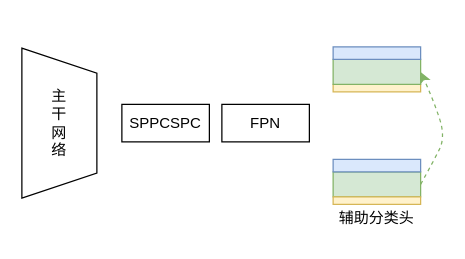
The draw.io diagram self_distillation.drawio in wangdayan/HuffmanTree, before the edit. Source tidied: cells renumbered, new cells numbered last; positions are measured from the earlier drawing's top-left corner, leaving out a move shared by most shapes. Both pictures are drawn from the tidied source at 125%, with x=0, y=0 at pixel (-16, 46).
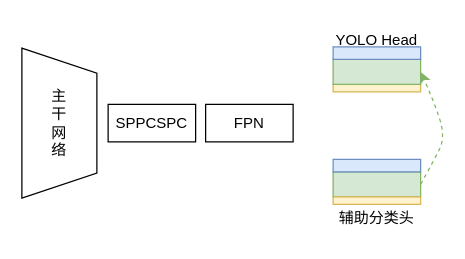
Above is the later version.

The edit, as a diff of the source:
```diff
@@
 <mxGraphModel>
   <root>
     <mxCell id="0" />
     <mxCell id="1" parent="0" />
     <mxCell id="2" style="shape=trapezoid;perimeter=trapezoidPerimeter;whiteSpace=wrap;html=1;fixedSize=1;rotation=90;" parent="1" vertex="1">
       <mxGeometry y="31" width="120" height="60" as="geometry" />
     </mxCell>
     <mxCell id="3" value="主&lt;div&gt;干&lt;/div&gt;&lt;div&gt;网&lt;/div&gt;&lt;div&gt;络&lt;/div&gt;" style="text;strokeColor=none;align=center;fillColor=none;html=1;verticalAlign=middle;whiteSpace=wrap;rounded=0;" parent="1" vertex="1">
       <mxGeometry x="30" y="46" width="60" height="30" as="geometry" />
     </mxCell>
     <mxCell id="4" value="SPPCSPC" style="rounded=0;whiteSpace=wrap;html=1;" parent="1" vertex="1">
-      <mxGeometry x="110" y="46" width="70" height="30" as="geometry" />
+      <mxGeometry x="99" y="46" width="70" height="30" as="geometry" />
     </mxCell>
     <mxCell id="5" value="FPN" style="rounded=0;whiteSpace=wrap;html=1;" parent="1" vertex="1">
-      <mxGeometry x="190" y="46" width="70" height="30" as="geometry" />
+      <mxGeometry x="177" y="46" width="70" height="30" as="geometry" />
     </mxCell>
     <mxCell id="6" style="rounded=0;whiteSpace=wrap;html=1;fillColor=#d5e8d4;strokeColor=#82b366;" parent="1" vertex="1">
       <mxGeometry x="279" y="100" width="70" height="20" as="geometry" />
     </mxCell>
     <mxCell id="7" value="辅助分类头" style="text;strokeColor=none;align=center;fillColor=none;html=1;verticalAlign=middle;whiteSpace=wrap;rounded=0;" parent="1" vertex="1">
       <mxGeometry x="279" y="122" width="70" height="30" as="geometry" />
     </mxCell>
     <mxCell id="8" style="rounded=0;whiteSpace=wrap;html=1;fillColor=#dae8fc;strokeColor=#6c8ebf;" parent="1" vertex="1">
       <mxGeometry x="279" y="90" width="70" height="10" as="geometry" />
     </mxCell>
     <mxCell id="9" style="rounded=0;whiteSpace=wrap;html=1;fillColor=#fff2cc;strokeColor=#d6b656;" parent="1" vertex="1">
       <mxGeometry x="279" y="30" width="70" height="6" as="geometry" />
     </mxCell>
     <mxCell id="10" style="rounded=0;whiteSpace=wrap;html=1;fillColor=#d5e8d4;strokeColor=#82b366;" parent="1" vertex="1">
       <mxGeometry x="279" y="10" width="70" height="20" as="geometry" />
     </mxCell>
     <mxCell id="11" style="rounded=0;whiteSpace=wrap;html=1;fillColor=#dae8fc;strokeColor=#6c8ebf;" parent="1" vertex="1">
       <mxGeometry x="279" width="70" height="10" as="geometry" />
     </mxCell>
     <mxCell id="12" style="curved=1;endArrow=classic;html=1;rounded=0;entryX=1;entryY=0.5;entryDx=0;entryDy=0;fillColor=#d5e8d4;strokeColor=#82b366;dashed=1;" parent="1" edge="1" target="10">
       <mxGeometry relative="1" as="geometry">
         <mxPoint x="349" y="110" as="sourcePoint" />
         <Array as="points">
           <mxPoint x="359" y="92" />
           <mxPoint x="369" y="72" />
           <mxPoint x="359" y="42" />
         </Array>
       </mxGeometry>
     </mxCell>
     <mxCell id="13" style="rounded=0;whiteSpace=wrap;html=1;fillColor=#fff2cc;strokeColor=#d6b656;" parent="1" vertex="1">
       <mxGeometry x="279" y="120" width="70" height="6" as="geometry" />
     </mxCell>
+    <mxCell id="14" value="YOLO&amp;nbsp;Head" style="text;strokeColor=none;align=center;fillColor=none;html=1;verticalAlign=middle;whiteSpace=wrap;rounded=0;" parent="1" vertex="1">
+      <mxGeometry x="284" y="-20" width="60" height="30" as="geometry" />
+    </mxCell>
   </root>
 </mxGraphModel>
```
